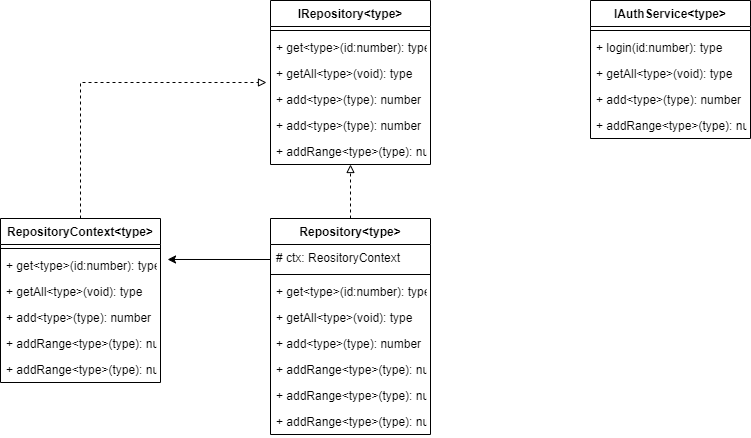
Earlier version of the draw.io export 2021/specs/design/repository_pattern/classdgm.png (JohnAPedagogy/ProgressiveStudentHackathon). Source tidied: cells renumbered, new cells last; positions are measured from the earlier drawing's top-left corner, leaving out a move shared by most shapes.
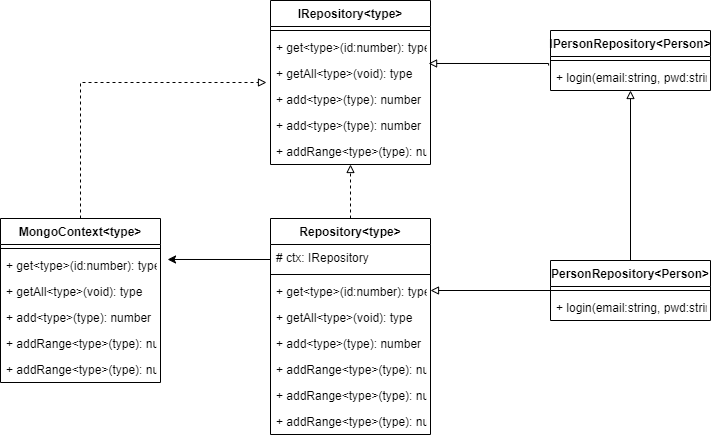
After the commit.

The edit, as a diff of the source:
```diff
@@ -29,7 +29,7 @@
     <mxCell id="10" value="Repository&lt;type&gt;" style="swimlane;fontStyle=1;align=center;verticalAlign=top;horizontal=1;startSize=26;" parent="1" vertex="1">
       <mxGeometry x="270" y="218" width="160" height="216" as="geometry" />
     </mxCell>
-    <mxCell id="11" value="# ctx: ReositoryContext" style="text;strokeColor=none;fillColor=none;align=left;verticalAlign=top;spacingLeft=4;spacingRight=4;overflow=hidden;" parent="10" vertex="1">
+    <mxCell id="11" value="# ctx: IRepository" style="text;strokeColor=none;fillColor=none;align=left;verticalAlign=top;spacingLeft=4;spacingRight=4;overflow=hidden;" parent="10" vertex="1">
       <mxGeometry y="26" width="160" height="26" as="geometry" />
     </mxCell>
     <mxCell id="12" style="line;strokeWidth=1;fillColor=none;align=left;verticalAlign=middle;spacingTop=-1;spacingLeft=3;spacingRight=3;labelPosition=right;" parent="10" vertex="1">
@@ -56,7 +56,7 @@
     <mxCell id="19" style="edgeStyle=orthogonalEdgeStyle;rounded=0;jettySize=auto;html=1;exitX=0.5;exitY=0;exitDx=0;exitDy=0;entryX=-0.025;entryY=0.846;entryDx=0;entryDy=0;entryPerimeter=0;dashed=1;endArrow=block;endFill=0;" parent="1" edge="1" source="20" target="6">
       <mxGeometry relative="1" as="geometry" />
     </mxCell>
-    <mxCell id="20" value="RepositoryContext&lt;type&gt;" style="swimlane;fontStyle=1;align=center;verticalAlign=top;horizontal=1;startSize=26;" parent="1" vertex="1">
+    <mxCell id="20" value="MongoContext&lt;type&gt;" style="swimlane;fontStyle=1;align=center;verticalAlign=top;horizontal=1;startSize=26;" parent="1" vertex="1">
       <mxGeometry y="218" width="160" height="164" as="geometry" />
     </mxCell>
     <mxCell id="21" style="line;strokeWidth=1;fillColor=none;align=left;verticalAlign=middle;spacingTop=-1;spacingLeft=3;spacingRight=3;labelPosition=right;" parent="20" vertex="1">
@@ -82,23 +82,39 @@
         <mxPoint x="270" y="259" as="sourcePoint" />
       </mxGeometry>
     </mxCell>
+    <mxCell id="34" style="edgeStyle=orthogonalEdgeStyle;rounded=0;jettySize=auto;html=1;endArrow=block;endFill=0;entryX=0.988;entryY=0.115;entryDx=0;entryDy=0;entryPerimeter=0;exitX=-0.012;exitY=0.192;exitDx=0;exitDy=0;exitPerimeter=0;" parent="1" edge="1" target="6">
+      <mxGeometry relative="1" as="geometry">
+        <mxPoint x="548.1" y="65" as="sourcePoint" />
+        <Array as="points">
+          <mxPoint x="548" y="63" />
+        </Array>
+      </mxGeometry>
+    </mxCell>
+    <mxCell id="35" style="edgeStyle=orthogonalEdgeStyle;rounded=0;jettySize=auto;html=1;endArrow=block;endFill=0;" parent="1" edge="1" source="37" target="28">
+      <mxGeometry relative="1" as="geometry" />
+    </mxCell>
-    <mxCell id="28" value="IAuthService&lt;type&gt;" style="swimlane;fontStyle=1;align=center;verticalAlign=top;horizontal=1;startSize=26;" parent="1" vertex="1">
-      <mxGeometry x="590" width="160" height="138" as="geometry" />
+    <mxCell id="28" value="IPersonRepository&lt;Person&gt;" style="swimlane;fontStyle=1;align=center;verticalAlign=top;horizontal=1;startSize=26;" parent="1" vertex="1">
+      <mxGeometry x="550" y="30" width="160" height="60" as="geometry" />
     </mxCell>
     <mxCell id="29" style="line;strokeWidth=1;fillColor=none;align=left;verticalAlign=middle;spacingTop=-1;spacingLeft=3;spacingRight=3;labelPosition=right;" parent="28" vertex="1">
       <mxGeometry y="26" width="160" height="8" as="geometry" />
     </mxCell>
-    <mxCell id="30" value="+ login(id:number): type" style="text;strokeColor=none;fillColor=none;align=left;verticalAlign=top;spacingLeft=4;spacingRight=4;overflow=hidden;" parent="28" vertex="1">
+    <mxCell id="30" value="+ login(email:string, pwd:string): Person" style="text;strokeColor=none;fillColor=none;align=left;verticalAlign=top;spacingLeft=4;spacingRight=4;overflow=hidden;" parent="28" vertex="1">
       <mxGeometry y="34" width="160" height="26" as="geometry" />
     </mxCell>
-    <mxCell id="31" value="+ getAll&lt;type&gt;(void): type" style="text;strokeColor=none;fillColor=none;align=left;verticalAlign=top;spacingLeft=4;spacingRight=4;overflow=hidden;" parent="28" vertex="1">
-      <mxGeometry y="60" width="160" height="26" as="geometry" />
-    </mxCell>
-    <mxCell id="32" value="+ add&lt;type&gt;(type): number" style="text;strokeColor=none;fillColor=none;align=left;verticalAlign=top;spacingLeft=4;spacingRight=4;overflow=hidden;" parent="28" vertex="1">
-      <mxGeometry y="86" width="160" height="26" as="geometry" />
-    </mxCell>
-    <mxCell id="33" value="+ addRange&lt;type&gt;(type): number" style="text;strokeColor=none;fillColor=none;align=left;verticalAlign=top;spacingLeft=4;spacingRight=4;overflow=hidden;" parent="28" vertex="1">
-      <mxGeometry y="112" width="160" height="26" as="geometry" />
-    </mxCell>
+    <mxCell id="36" style="edgeStyle=orthogonalEdgeStyle;rounded=0;jettySize=auto;html=1;exitX=0;exitY=0.5;exitDx=0;exitDy=0;endArrow=block;endFill=0;" parent="1" edge="1" source="37">
+      <mxGeometry relative="1" as="geometry">
+        <mxPoint x="430" y="290" as="targetPoint" />
+      </mxGeometry>
+    </mxCell>
+    <mxCell id="37" value="PersonRepository&lt;Person&gt;" style="swimlane;fontStyle=1;align=center;verticalAlign=top;horizontal=1;startSize=26;" parent="1" vertex="1">
+      <mxGeometry x="550" y="260" width="160" height="60" as="geometry" />
+    </mxCell>
+    <mxCell id="38" style="line;strokeWidth=1;fillColor=none;align=left;verticalAlign=middle;spacingTop=-1;spacingLeft=3;spacingRight=3;labelPosition=right;" parent="37" vertex="1">
+      <mxGeometry y="26" width="160" height="8" as="geometry" />
+    </mxCell>
+    <mxCell id="39" value="+ login(email:string, pwd:string): Person" style="text;strokeColor=none;fillColor=none;align=left;verticalAlign=top;spacingLeft=4;spacingRight=4;overflow=hidden;" parent="37" vertex="1">
+      <mxGeometry y="34" width="160" height="26" as="geometry" />
+    </mxCell>
   </root>
 </mxGraphModel>
```
